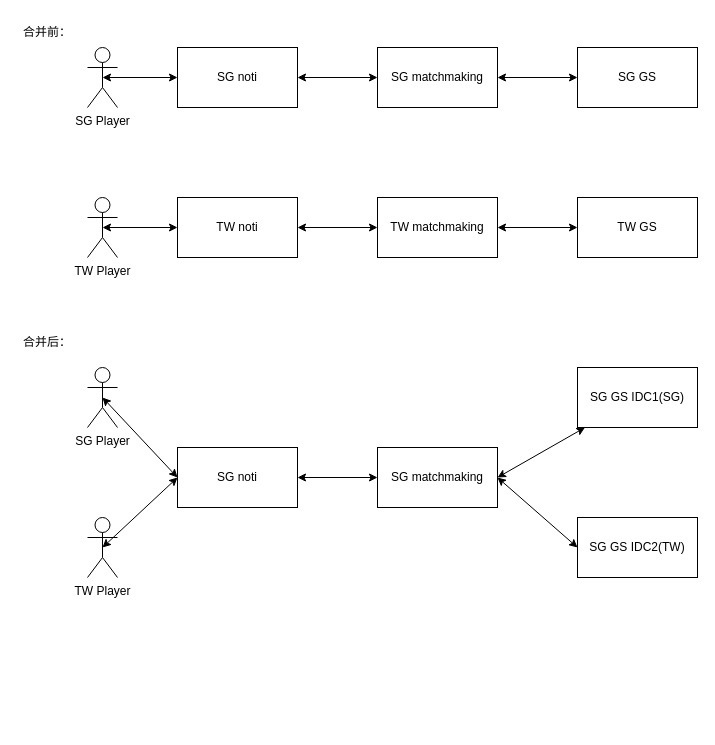
Earlier version of the draw.io diagram hefupipei.drawio (yechennn/ff_UMLs). Source tidied: cells renumbered, new cells numbered last; positions are measured from the earlier drawing's top-left corner, leaving out a move shared by most shapes. Both pictures are drawn from the tidied source at 100%, with x=0, y=0 at pixel (17, 17).
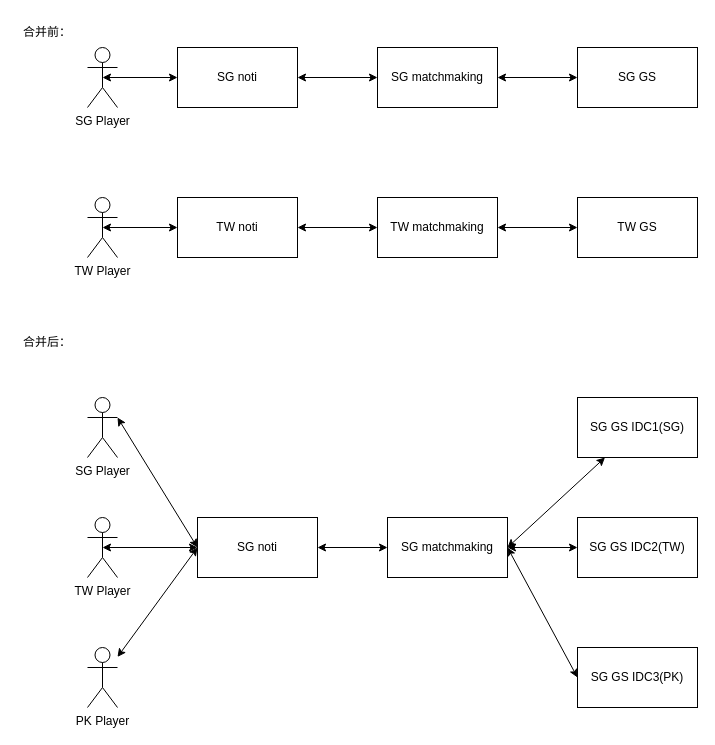
Above is the later version.

Diff of the diagram source:
```diff
@@
     <mxCell id="16" value="SG Player" style="shape=umlActor;verticalLabelPosition=bottom;verticalAlign=top;html=1;outlineConnect=0;" parent="1" vertex="1">
-      <mxGeometry x="70" y="350" width="30" height="60" as="geometry" />
+      <mxGeometry x="70" y="380" width="30" height="60" as="geometry" />
     </mxCell>
     <mxCell id="17" value="SG noti" style="rounded=0;whiteSpace=wrap;html=1;" parent="1" vertex="1">
-      <mxGeometry x="160" y="430" width="120" height="60" as="geometry" />
+      <mxGeometry x="180" y="500" width="120" height="60" as="geometry" />
     </mxCell>
-    <mxCell id="18" style="endArrow=classic;startArrow=classic;html=1;rounded=0;exitX=0.5;exitY=0.5;exitDx=0;exitDy=0;exitPerimeter=0;entryX=0;entryY=0.5;entryDx=0;entryDy=0;" parent="1" edge="1" source="16" target="17">
+    <mxCell id="18" style="endArrow=classic;startArrow=classic;html=1;rounded=0;exitX=1;exitY=0.3333333333333333;exitDx=0;exitDy=0;exitPerimeter=0;entryX=0;entryY=0.5;entryDx=0;entryDy=0;" parent="1" edge="1" source="16" target="17">
       <mxGeometry relative="1" as="geometry" />
     </mxCell>
     <mxCell id="19" value="SG matchmaking" style="rounded=0;whiteSpace=wrap;html=1;" parent="1" vertex="1">
-      <mxGeometry x="360" y="430" width="120" height="60" as="geometry" />
+      <mxGeometry x="370" y="500" width="120" height="60" as="geometry" />
     </mxCell>
@@
     <mxCell id="21" value="SG GS IDC1(SG)" style="rounded=0;whiteSpace=wrap;html=1;" parent="1" vertex="1">
-      <mxGeometry x="560" y="350" width="120" height="60" as="geometry" />
+      <mxGeometry x="560" y="380" width="120" height="60" as="geometry" />
     </mxCell>
@@
+    <mxCell id="29" value="PK Player" style="shape=umlActor;verticalLabelPosition=bottom;verticalAlign=top;html=1;outlineConnect=0;" parent="1" vertex="1">
+      <mxGeometry x="70" y="630" width="30" height="60" as="geometry" />
+    </mxCell>
+    <mxCell id="30" style="endArrow=classic;startArrow=classic;html=1;rounded=0;entryX=0;entryY=0.5;entryDx=0;entryDy=0;" parent="1" edge="1" source="29" target="17">
+      <mxGeometry relative="1" as="geometry" />
+    </mxCell>
+    <mxCell id="31" value="SG GS IDC3(PK)" style="rounded=0;whiteSpace=wrap;html=1;" parent="1" vertex="1">
+      <mxGeometry x="560" y="630" width="120" height="60" as="geometry" />
+    </mxCell>
+    <mxCell id="32" style="endArrow=classic;startArrow=classic;html=1;rounded=0;exitX=1;exitY=0.5;exitDx=0;exitDy=0;entryX=0;entryY=0.5;entryDx=0;entryDy=0;" parent="1" edge="1" source="19" target="31">
+      <mxGeometry relative="1" as="geometry" />
+    </mxCell>
```
